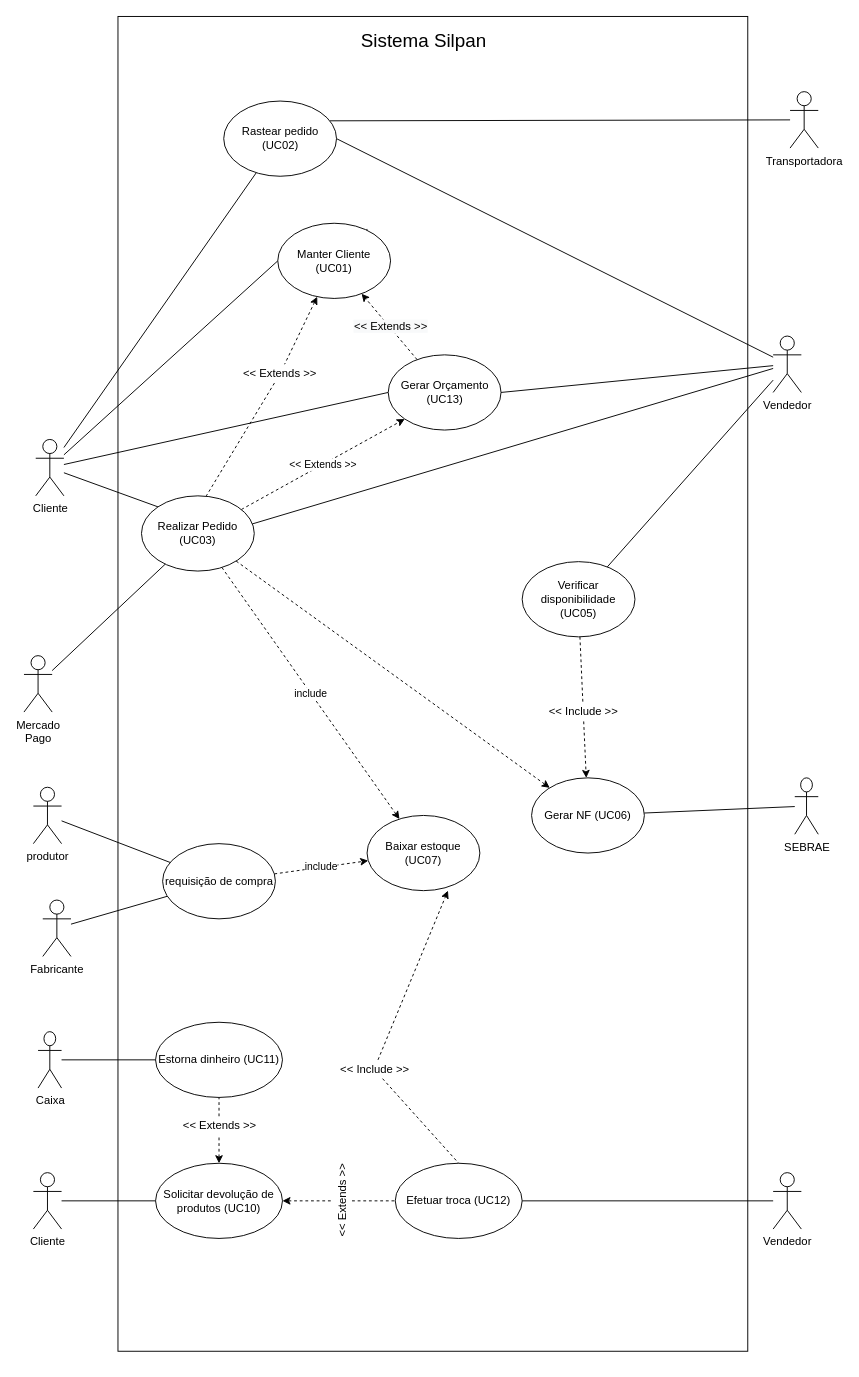
This is Diagrama de UC.drawio from Systematicos/Silpan-AMS, a draw.io file, before an edit. Source tidied: cells renumbered, new cells numbered last; positions are measured from the earlier drawing's top-left corner, leaving out a move shared by most shapes. Both pictures are drawn from the tidied source at 94%, with x=0, y=0 at pixel (24, 16).
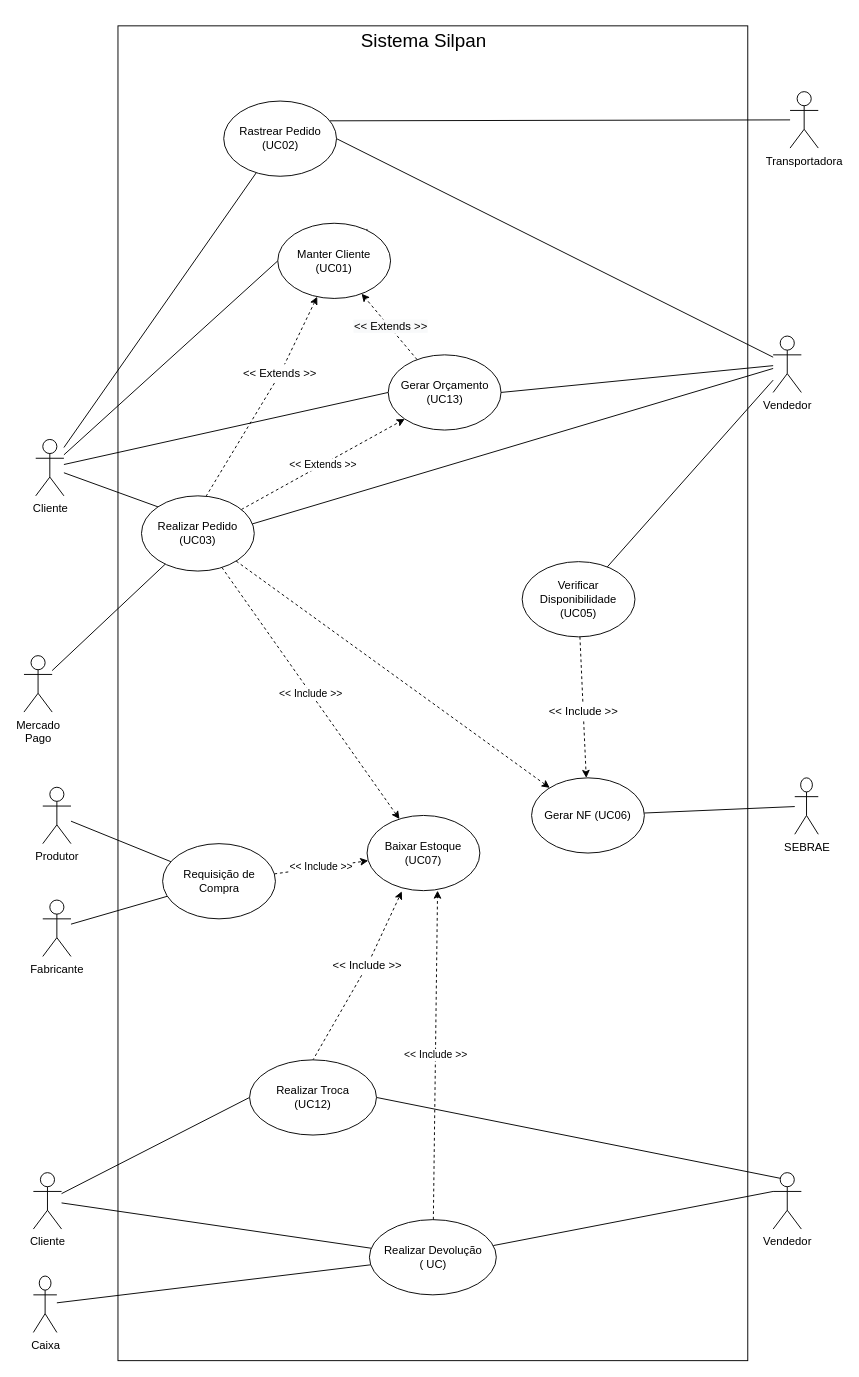
The same page after the edit.

Unchanged cells that the change refers to:
```xml
<mxCell id="17" value="Realizar Pedido (UC03)" style="ellipse;whiteSpace=wrap;html=1;" parent="1" vertex="1">
  <mxGeometry x="125" y="510" width="120" height="80" as="geometry" />
</mxCell>
<mxCell id="30" value="Cliente" style="shape=umlActor;verticalLabelPosition=bottom;verticalAlign=top;html=1;" parent="1" vertex="1">
  <mxGeometry x="10" y="1230" width="30" height="60" as="geometry" />
</mxCell>
<mxCell id="35" value="Vendedor" style="shape=umlActor;verticalLabelPosition=bottom;verticalAlign=top;html=1;" parent="1" vertex="1">
  <mxGeometry x="797" y="1230" width="30" height="60" as="geometry" />
</mxCell>
```

Diff of the diagram source:
```diff
@@
     <mxCell id="2" style="rounded=0;whiteSpace=wrap;html=1;fontStyle=1;" parent="1" vertex="1">
-      <mxGeometry x="100" width="670" height="1420" as="geometry" />
+      <mxGeometry x="100" y="10" width="670" height="1420" as="geometry" />
     </mxCell>
@@
-    <mxCell id="15" value="include" style="edgeStyle=none;rounded=0;jettySize=auto;html=1;dashed=1;" parent="1" edge="1" source="17" target="20">
+    <mxCell id="15" value="&amp;lt;&amp;lt; Include &amp;gt;&amp;gt;" style="edgeStyle=none;rounded=0;jettySize=auto;html=1;dashed=1;" parent="1" edge="1" source="17" target="20">
       <mxGeometry relative="1" as="geometry" />
     </mxCell>
@@
-    <mxCell id="19" value="Verificar disponibilidade (UC05)" style="ellipse;whiteSpace=wrap;html=1;" parent="1" vertex="1">
+    <mxCell id="19" value="Verificar Disponibilidade (UC05)" style="ellipse;whiteSpace=wrap;html=1;" parent="1" vertex="1">
       <mxGeometry x="530" y="580" width="120" height="80" as="geometry" />
     </mxCell>
-    <mxCell id="20" value="Baixar estoque (UC07)" style="ellipse;whiteSpace=wrap;html=1;" parent="1" vertex="1">
+    <mxCell id="20" value="Baixar Estoque (UC07)" style="ellipse;whiteSpace=wrap;html=1;" parent="1" vertex="1">
       <mxGeometry x="365" y="850" width="120" height="80" as="geometry" />
     </mxCell>
@@
-    <mxCell id="27" value="Rastear pedido (UC02)" style="ellipse;whiteSpace=wrap;html=1;" parent="1" vertex="1">
+    <mxCell id="27" value="Rastrear Pedido (UC02)" style="ellipse;whiteSpace=wrap;html=1;" parent="1" vertex="1">
       <mxGeometry x="212.5" y="90" width="120" height="80" as="geometry" />
     </mxCell>
@@
+    <mxCell id="63" style="edgeStyle=none;rounded=0;jettySize=auto;html=1;entryX=0;entryY=0.5;entryDx=0;entryDy=0;endArrow=none;endFill=0;" parent="1" edge="1" source="30" target="67">
+      <mxGeometry relative="1" as="geometry" />
+    </mxCell>
@@
-    <mxCell id="31" style="edgeStyle=none;rounded=0;jettySize=auto;html=1;endArrow=none;endFill=0;dashed=1;startArrow=none;startFill=0;" parent="1" edge="1" source="38" target="37">
-      <mxGeometry relative="1" as="geometry" />
-    </mxCell>
-    <mxCell id="32" style="edgeStyle=none;rounded=0;jettySize=auto;html=1;endArrow=none;endFill=0;dashed=1;startArrow=none;startFill=0;" parent="1" edge="1" source="43" target="36">
-      <mxGeometry relative="1" as="geometry" />
-    </mxCell>
+    <mxCell id="64" style="edgeStyle=none;rounded=0;jettySize=auto;html=1;entryX=0;entryY=0.3333333333333333;entryDx=0;entryDy=0;entryPerimeter=0;endArrow=none;endFill=0;" parent="1" edge="1" source="33" target="35">
+      <mxGeometry relative="1" as="geometry" />
+    </mxCell>
+    <mxCell id="65" value="&amp;lt;&amp;lt; Include &amp;gt;&amp;gt;" style="edgeStyle=none;rounded=0;jettySize=auto;html=1;entryX=0.625;entryY=1;entryDx=0;entryDy=0;dashed=1;endArrow=classic;endFill=1;strokeWidth=1;entryPerimeter=0;" parent="1" edge="1" source="33" target="20">
+      <mxGeometry relative="1" as="geometry" />
+    </mxCell>
-    <mxCell id="33" value="Solicitar devolução de produtos (UC10)" style="ellipse;whiteSpace=wrap;html=1;" parent="1" vertex="1">
-      <mxGeometry x="140" y="1220" width="135" height="80" as="geometry" />
+    <mxCell id="33" value="Realizar Devolução&lt;br&gt;( UC)" style="ellipse;whiteSpace=wrap;html=1;" parent="1" vertex="1">
+      <mxGeometry x="367.5" y="1280" width="135" height="80" as="geometry" />
     </mxCell>
-    <mxCell id="34" style="edgeStyle=none;rounded=0;jettySize=auto;html=1;endArrow=none;endFill=0;" parent="1" edge="1" source="35" target="37">
-      <mxGeometry relative="1" as="geometry" />
-    </mxCell>
@@
-    <mxCell id="36" value="Estorna dinheiro (UC11)" style="ellipse;whiteSpace=wrap;html=1;" parent="1" vertex="1">
-      <mxGeometry x="140" y="1070" width="135" height="80" as="geometry" />
-    </mxCell>
-    <mxCell id="37" value="Efetuar troca (UC12)" style="ellipse;whiteSpace=wrap;html=1;" parent="1" vertex="1">
-      <mxGeometry x="395" y="1220" width="135" height="80" as="geometry" />
-    </mxCell>
-    <mxCell id="38" value="&amp;lt;&amp;lt; Extends &amp;gt;&amp;gt;" style="text;html=1;align=center;verticalAlign=middle;points=[];rotation=-90;" parent="1" vertex="1">
-      <mxGeometry x="294" y="1250" width="90" height="20" as="geometry" />
-    </mxCell>
-    <mxCell id="39" style="edgeStyle=none;rounded=0;jettySize=auto;html=1;endArrow=none;endFill=0;dashed=1;startArrow=classic;startFill=1;" parent="1" edge="1" source="33" target="38">
-      <mxGeometry relative="1" as="geometry" />
-    </mxCell>
-    <mxCell id="40" style="rounded=0;jettySize=auto;html=1;entryX=0.5;entryY=0;entryDx=0;entryDy=0;endArrow=none;endFill=0;dashed=1;" parent="1" edge="1" source="42" target="37">
+    <mxCell id="40" style="rounded=0;jettySize=auto;html=1;entryX=0.5;entryY=0;entryDx=0;entryDy=0;endArrow=none;endFill=0;dashed=1;" parent="1" edge="1" source="42" target="67">
       <mxGeometry relative="1" as="geometry" />
     </mxCell>
-    <mxCell id="41" style="rounded=0;jettySize=auto;html=1;entryX=0.717;entryY=1;entryDx=0;entryDy=0;endArrow=classic;endFill=1;entryPerimeter=0;dashed=1;" parent="1" edge="1" source="42" target="20">
+    <mxCell id="41" style="rounded=0;jettySize=auto;html=1;entryX=0.308;entryY=1.01;entryDx=0;entryDy=0;endArrow=classic;endFill=1;dashed=1;entryPerimeter=0;" parent="1" edge="1" source="42" target="20">
       <mxGeometry relative="1" as="geometry" />
     </mxCell>
     <mxCell id="42" value="&amp;lt;&amp;lt; Include &amp;gt;&amp;gt;" style="text;html=1;align=center;verticalAlign=middle;points=[];rotation=0;" parent="1" vertex="1">
-      <mxGeometry x="327.5" y="1110" width="90" height="20" as="geometry" />
+      <mxGeometry x="320" y="1000" width="90" height="20" as="geometry" />
     </mxCell>
-    <mxCell id="43" value="&amp;lt;&amp;lt; Extends &amp;gt;&amp;gt;" style="text;html=1;align=center;verticalAlign=middle;points=[];rotation=0;" parent="1" vertex="1">
-      <mxGeometry x="162.5" y="1170" width="90" height="20" as="geometry" />
-    </mxCell>
-    <mxCell id="44" style="edgeStyle=none;rounded=0;jettySize=auto;html=1;endArrow=none;endFill=0;dashed=1;startArrow=classic;startFill=1;" parent="1" edge="1" source="33" target="43">
-      <mxGeometry relative="1" as="geometry" />
-    </mxCell>
@@
-    <mxCell id="47" style="edgeStyle=orthogonalEdgeStyle;rounded=0;jettySize=auto;html=1;entryX=0;entryY=0.5;entryDx=0;entryDy=0;startArrow=none;startFill=0;endArrow=none;endFill=0;" parent="1" edge="1" source="48" target="36">
+    <mxCell id="47" style="rounded=0;jettySize=auto;html=1;startArrow=none;startFill=0;endArrow=none;endFill=0;" parent="1" edge="1" source="48" target="33">
       <mxGeometry relative="1" as="geometry" />
     </mxCell>
     <mxCell id="48" value="Caixa" style="shape=umlActor;verticalLabelPosition=bottom;verticalAlign=top;html=1;" parent="1" vertex="1">
-      <mxGeometry x="15" y="1080" width="25" height="60" as="geometry" />
+      <mxGeometry x="10" y="1340" width="25" height="60" as="geometry" />
     </mxCell>
@@
-    <mxCell id="57" value="produtor" style="shape=umlActor;verticalLabelPosition=bottom;verticalAlign=top;html=1;" parent="1" vertex="1">
-      <mxGeometry x="10" y="820" width="30" height="60" as="geometry" />
+    <mxCell id="57" value="Produtor" style="shape=umlActor;verticalLabelPosition=bottom;verticalAlign=top;html=1;" parent="1" vertex="1">
+      <mxGeometry x="20" y="820" width="30" height="60" as="geometry" />
     </mxCell>
@@
-    <mxCell id="59" value="include" style="edgeStyle=none;rounded=0;jettySize=auto;html=1;dashed=1;" parent="1" edge="1" source="60" target="20">
+    <mxCell id="59" value="&amp;lt;&amp;lt; Include &amp;gt;&amp;gt;" style="edgeStyle=none;rounded=0;jettySize=auto;html=1;dashed=1;" parent="1" edge="1" source="60" target="20">
       <mxGeometry relative="1" as="geometry" />
     </mxCell>
-    <mxCell id="60" value="requisição de compra" style="ellipse;whiteSpace=wrap;html=1;" parent="1" vertex="1">
+    <mxCell id="60" value="Requisição de Compra" style="ellipse;whiteSpace=wrap;html=1;" parent="1" vertex="1">
       <mxGeometry x="147.5" y="880" width="120" height="80" as="geometry" />
     </mxCell>
@@
+    <mxCell id="66" style="edgeStyle=none;rounded=0;jettySize=auto;html=1;entryX=0.25;entryY=0.1;entryDx=0;entryDy=0;entryPerimeter=0;endArrow=none;endFill=0;exitX=1;exitY=0.5;exitDx=0;exitDy=0;" parent="1" edge="1" source="67" target="35">
+      <mxGeometry relative="1" as="geometry" />
+    </mxCell>
+    <mxCell id="67" value="Realizar Troca&lt;br&gt;(UC12)" style="ellipse;whiteSpace=wrap;html=1;" parent="1" vertex="1">
+      <mxGeometry x="240" y="1110" width="135" height="80" as="geometry" />
+    </mxCell>
```
